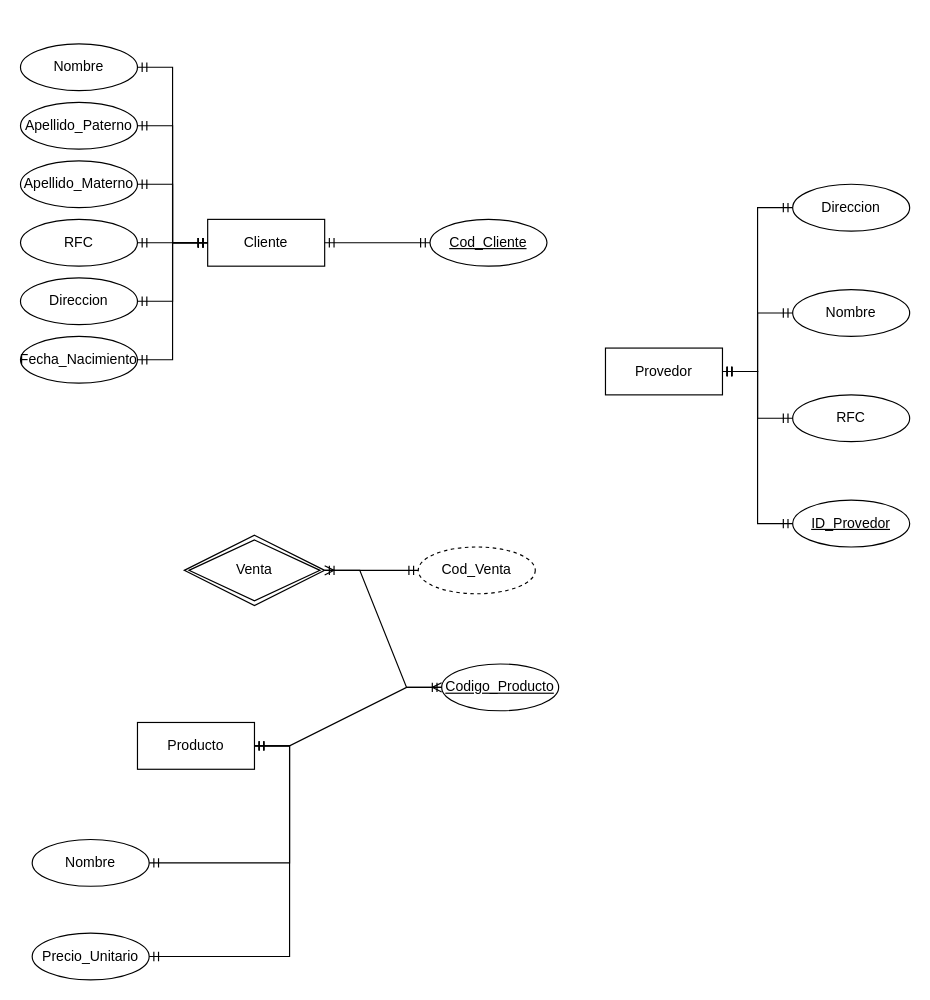
This is 1_Ejercicio.drawio from PabloKooss/Tercer_Modulo, a draw.io file, before an edit. Source tidied: cells renumbered, new cells numbered last; positions are measured from the earlier drawing's top-left corner, leaving out a move shared by most shapes. Both pictures are drawn from the tidied source at 117%, with x=0, y=0 at pixel (20, 43).
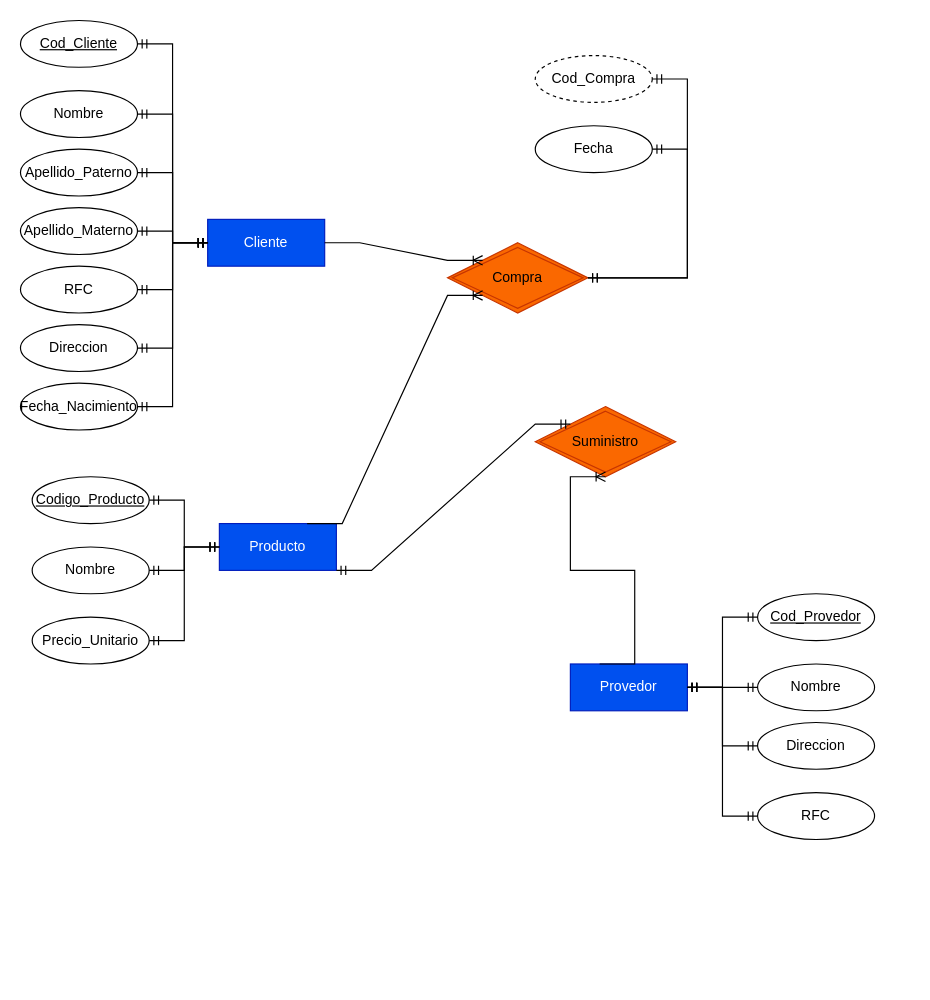
The same diagram, later.

Change to the diagram source:
```diff
@@
-    <mxCell id="2" value="Cliente" style="whiteSpace=wrap;html=1;align=center;" parent="1" vertex="1">
+    <mxCell id="2" value="Cliente" style="whiteSpace=wrap;html=1;align=center;fillColor=#0050ef;fontColor=#ffffff;strokeColor=#001DBC;" parent="1" vertex="1">
       <mxGeometry x="160" y="150" width="100" height="40" as="geometry" />
     </mxCell>
-    <mxCell id="3" value="Provedor" style="whiteSpace=wrap;html=1;align=center;" parent="1" vertex="1">
-      <mxGeometry x="500" y="260" width="100" height="40" as="geometry" />
+    <mxCell id="3" value="Provedor" style="whiteSpace=wrap;html=1;align=center;fillColor=#0050ef;fontColor=#ffffff;strokeColor=#001DBC;" parent="1" vertex="1">
+      <mxGeometry x="470" y="530" width="100" height="40" as="geometry" />
     </mxCell>
-    <mxCell id="4" value="Producto" style="whiteSpace=wrap;html=1;align=center;" parent="1" vertex="1">
-      <mxGeometry x="100" y="580" width="100" height="40" as="geometry" />
+    <mxCell id="4" value="Producto" style="whiteSpace=wrap;html=1;align=center;fillColor=#0050ef;fontColor=#ffffff;strokeColor=#001DBC;" parent="1" vertex="1">
+      <mxGeometry x="170" y="410" width="100" height="40" as="geometry" />
     </mxCell>
     <mxCell id="5" value="Nombre" style="ellipse;whiteSpace=wrap;html=1;align=center;" parent="1" vertex="1">
-      <mxGeometry width="100" height="40" as="geometry" />
+      <mxGeometry y="40" width="100" height="40" as="geometry" />
     </mxCell>
     <mxCell id="6" value="Cod_Cliente" style="ellipse;whiteSpace=wrap;html=1;align=center;fontStyle=4;" parent="1" vertex="1">
-      <mxGeometry x="350" y="150" width="100" height="40" as="geometry" />
+      <mxGeometry y="-20" width="100" height="40" as="geometry" />
     </mxCell>
     <mxCell id="7" value="Apellido_Paterno" style="ellipse;whiteSpace=wrap;html=1;align=center;" parent="1" vertex="1">
-      <mxGeometry y="50" width="100" height="40" as="geometry" />
+      <mxGeometry y="90" width="100" height="40" as="geometry" />
     </mxCell>
     <mxCell id="8" value="Apellido_Materno" style="ellipse;whiteSpace=wrap;html=1;align=center;" parent="1" vertex="1">
-      <mxGeometry y="100" width="100" height="40" as="geometry" />
+      <mxGeometry y="140" width="100" height="40" as="geometry" />
     </mxCell>
     <mxCell id="9" value="&lt;div&gt;RFC&lt;/div&gt;" style="ellipse;whiteSpace=wrap;html=1;align=center;" parent="1" vertex="1">
-      <mxGeometry y="150" width="100" height="40" as="geometry" />
+      <mxGeometry y="190" width="100" height="40" as="geometry" />
     </mxCell>
     <mxCell id="10" value="Direccion" style="ellipse;whiteSpace=wrap;html=1;align=center;" parent="1" vertex="1">
-      <mxGeometry y="200" width="100" height="40" as="geometry" />
+      <mxGeometry y="240" width="100" height="40" as="geometry" />
     </mxCell>
     <mxCell id="11" value="&lt;div&gt;Fecha_Nacimiento&lt;/div&gt;" style="ellipse;whiteSpace=wrap;html=1;align=center;" parent="1" vertex="1">
-      <mxGeometry y="250" width="100" height="40" as="geometry" />
+      <mxGeometry y="290" width="100" height="40" as="geometry" />
     </mxCell>
@@
     <mxCell id="19" value="&lt;div&gt;Codigo_Producto&lt;/div&gt;" style="ellipse;whiteSpace=wrap;html=1;align=center;fontStyle=4;" parent="1" vertex="1">
-      <mxGeometry x="360" y="530" width="100" height="40" as="geometry" />
+      <mxGeometry x="10" y="370" width="100" height="40" as="geometry" />
     </mxCell>
     <mxCell id="20" value="Nombre" style="ellipse;whiteSpace=wrap;html=1;align=center;" parent="1" vertex="1">
-      <mxGeometry x="10" y="680" width="100" height="40" as="geometry" />
+      <mxGeometry x="10" y="430" width="100" height="40" as="geometry" />
     </mxCell>
     <mxCell id="21" value="&lt;div&gt;Precio_Unitario&lt;/div&gt;" style="ellipse;whiteSpace=wrap;html=1;align=center;" parent="1" vertex="1">
-      <mxGeometry x="10" y="760" width="100" height="40" as="geometry" />
+      <mxGeometry x="10" y="490" width="100" height="40" as="geometry" />
     </mxCell>
@@
-    <mxCell id="25" value="&lt;div&gt;ID_Provedor&lt;/div&gt;" style="ellipse;whiteSpace=wrap;html=1;align=center;fontStyle=4;" parent="1" vertex="1">
-      <mxGeometry x="660" y="390" width="100" height="40" as="geometry" />
+    <mxCell id="25" value="Cod_Provedor" style="ellipse;whiteSpace=wrap;html=1;align=center;fontStyle=4;" parent="1" vertex="1">
+      <mxGeometry x="630" y="470" width="100" height="40" as="geometry" />
     </mxCell>
     <mxCell id="26" value="RFC" style="ellipse;whiteSpace=wrap;html=1;align=center;" parent="1" vertex="1">
-      <mxGeometry x="660" y="300" width="100" height="40" as="geometry" />
+      <mxGeometry x="630" y="640" width="100" height="40" as="geometry" />
     </mxCell>
     <mxCell id="27" value="Nombre" style="ellipse;whiteSpace=wrap;html=1;align=center;" parent="1" vertex="1">
-      <mxGeometry x="660" y="210" width="100" height="40" as="geometry" />
+      <mxGeometry x="630" y="530" width="100" height="40" as="geometry" />
     </mxCell>
     <mxCell id="28" value="Direccion" style="ellipse;whiteSpace=wrap;html=1;align=center;" parent="1" vertex="1">
-      <mxGeometry x="660" y="120" width="100" height="40" as="geometry" />
+      <mxGeometry x="630" y="580" width="100" height="40" as="geometry" />
     </mxCell>
@@
-    <mxCell id="33" style="edgeStyle=entityRelationEdgeStyle;fontSize=12;html=1;endArrow=ERmany;startArrow=ERmany;rounded=0;" parent="1" edge="1" source="19" target="34">
-      <mxGeometry relative="1" as="geometry" />
-    </mxCell>
-    <mxCell id="34" value="&lt;div&gt;Venta&lt;/div&gt;" style="shape=rhombus;double=1;perimeter=rhombusPerimeter;whiteSpace=wrap;html=1;align=center;" parent="1" vertex="1">
-      <mxGeometry x="140" y="420" width="120" height="60" as="geometry" />
+    <mxCell id="34" value="Compra" style="shape=rhombus;double=1;perimeter=rhombusPerimeter;whiteSpace=wrap;html=1;align=center;fillColor=#fa6800;fontColor=#000000;strokeColor=#C73500;" parent="1" vertex="1">
+      <mxGeometry x="365" y="170" width="120" height="60" as="geometry" />
     </mxCell>
@@
-    <mxCell id="36" value="&lt;div&gt;Cod_Venta&lt;/div&gt;" style="ellipse;whiteSpace=wrap;html=1;align=center;dashed=1;" parent="1" vertex="1">
-      <mxGeometry x="340" y="430" width="100" height="40" as="geometry" />
+    <mxCell id="36" value="&lt;div&gt;Cod_Compra&lt;/div&gt;" style="ellipse;whiteSpace=wrap;html=1;align=center;dashed=1;" parent="1" vertex="1">
+      <mxGeometry x="440" y="10" width="100" height="40" as="geometry" />
     </mxCell>
+    <mxCell id="37" value="Fecha" style="ellipse;whiteSpace=wrap;html=1;align=center;" parent="1" vertex="1">
+      <mxGeometry x="440" y="70" width="100" height="40" as="geometry" />
+    </mxCell>
+    <mxCell id="38" style="edgeStyle=entityRelationEdgeStyle;fontSize=12;html=1;endArrow=ERmandOne;startArrow=ERmandOne;rounded=0;" parent="1" edge="1" source="34" target="37">
+      <mxGeometry relative="1" as="geometry" />
+    </mxCell>
+    <mxCell id="39" value="&lt;div&gt;Suministro&lt;/div&gt;" style="shape=rhombus;double=1;perimeter=rhombusPerimeter;whiteSpace=wrap;html=1;align=center;fillColor=#fa6800;fontColor=#000000;strokeColor=#C73500;" parent="1" vertex="1">
+      <mxGeometry x="440" y="310" width="120" height="60" as="geometry" />
+    </mxCell>
+    <mxCell id="40" style="edgeStyle=entityRelationEdgeStyle;fontSize=12;html=1;endArrow=ERoneToMany;rounded=0;entryX=0;entryY=0;entryDx=0;entryDy=0;" parent="1" edge="1" source="2" target="34">
+      <mxGeometry relative="1" as="geometry" />
+    </mxCell>
+    <mxCell id="41" style="edgeStyle=entityRelationEdgeStyle;fontSize=12;html=1;endArrow=ERoneToMany;rounded=0;exitX=0.75;exitY=0;exitDx=0;exitDy=0;entryX=0;entryY=1;entryDx=0;entryDy=0;" parent="1" edge="1" source="4" target="34">
+      <mxGeometry relative="1" as="geometry" />
+    </mxCell>
+    <mxCell id="42" style="edgeStyle=entityRelationEdgeStyle;fontSize=12;html=1;endArrow=ERoneToMany;rounded=0;exitX=0.25;exitY=0;exitDx=0;exitDy=0;entryX=0.5;entryY=1;entryDx=0;entryDy=0;" parent="1" edge="1" source="3" target="39">
+      <mxGeometry relative="1" as="geometry" />
+    </mxCell>
+    <mxCell id="43" style="edgeStyle=entityRelationEdgeStyle;fontSize=12;html=1;endArrow=ERmandOne;startArrow=ERmandOne;rounded=0;exitX=1;exitY=1;exitDx=0;exitDy=0;entryX=0;entryY=0;entryDx=0;entryDy=0;" parent="1" edge="1" source="4" target="39">
+      <mxGeometry relative="1" as="geometry" />
+    </mxCell>
```
